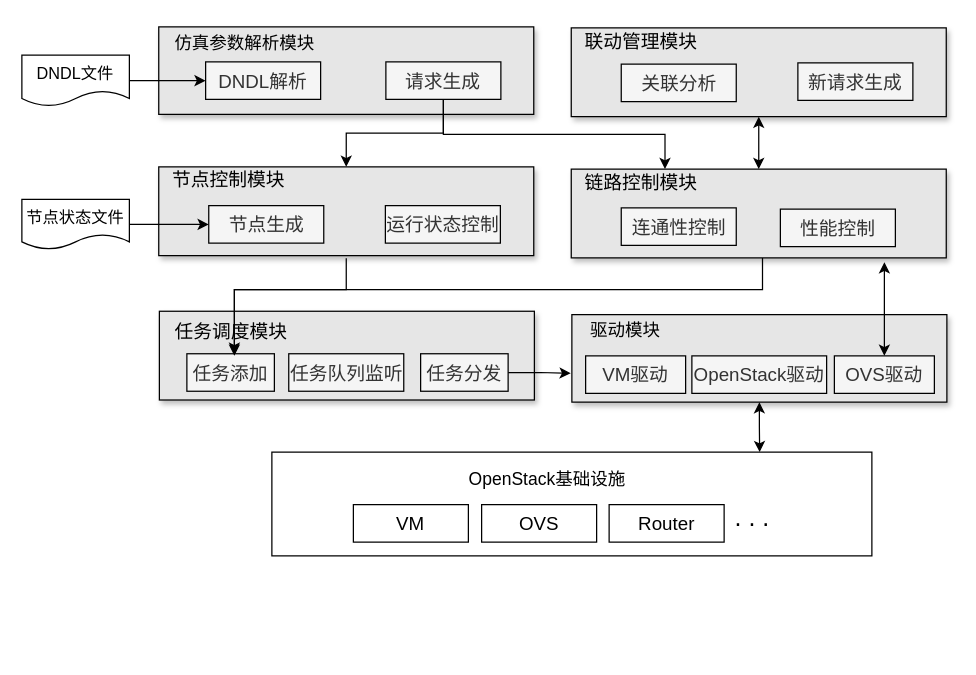
This is page "0712_原型系统架构" (2 of 6) of 网络仿真系统.drawio from Icarus1994/neutron_conf, a draw.io file, before an edit. Source tidied: cells renumbered, new cells numbered last; positions are measured from the earlier drawing's top-left corner, leaving out a move shared by most shapes. Both pictures are drawn from the tidied source at 125%, with x=0, y=0 at pixel (21, 26).
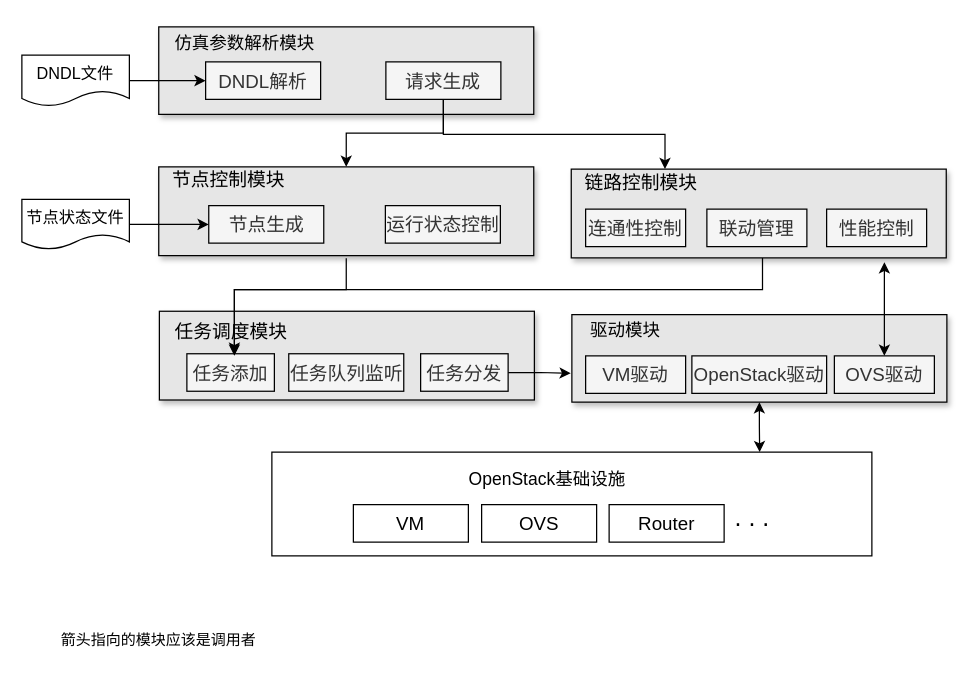
The same diagram, later.

The change refers to these unchanged cells:
```xml
<mxCell id="32" style="rounded=0;whiteSpace=wrap;html=1;fontSize=14;fillColor=#E6E6E6;shadow=1;" parent="1" vertex="1">
  <mxGeometry x="439.5" y="113.8" width="300" height="71" as="geometry" />
</mxCell>
```

The edit, as a diff of the source:
```diff
@@
     <mxCell id="33" value="&lt;span style=&quot;font-size: 15px&quot;&gt;连通性控制&lt;/span&gt;" style="rounded=0;whiteSpace=wrap;html=1;fillColor=#f5f5f5;strokeColor=#000000;fontColor=#333333;" parent="1" vertex="1">
-      <mxGeometry x="479.5" y="144.8" width="92" height="30" as="geometry" />
+      <mxGeometry x="451" y="145.8" width="80" height="30" as="geometry" />
     </mxCell>
@@
     <mxCell id="35" value="&lt;span style=&quot;font-size: 15px&quot;&gt;性能控制&lt;/span&gt;" style="rounded=0;whiteSpace=wrap;html=1;fillColor=#f5f5f5;strokeColor=#000000;fontColor=#333333;" parent="1" vertex="1">
-      <mxGeometry x="606.8" y="145.8" width="92" height="30" as="geometry" />
+      <mxGeometry x="643.8" y="145.8" width="80" height="30" as="geometry" />
     </mxCell>
-    <mxCell id="36" style="rounded=0;whiteSpace=wrap;html=1;fontSize=14;fillColor=#E6E6E6;shadow=1;" parent="1" vertex="1">
-      <mxGeometry x="439.5" y="0.8" width="300" height="71" as="geometry" />
-    </mxCell>
-    <mxCell id="37" value="&lt;font style=&quot;font-size: 15px&quot;&gt;联动管理模块&lt;/font&gt;" style="text;html=1;align=center;verticalAlign=middle;" parent="1" vertex="1">
-      <mxGeometry x="439.5" y="0.8" width="110" height="20" as="geometry" />
-    </mxCell>
-    <mxCell id="38" value="&lt;span style=&quot;font-size: 15px&quot;&gt;新请求生成&lt;/span&gt;" style="rounded=0;whiteSpace=wrap;html=1;fillColor=#f5f5f5;strokeColor=#000000;fontColor=#333333;" parent="1" vertex="1">
-      <mxGeometry x="620.8" y="28.8" width="92" height="30" as="geometry" />
-    </mxCell>
@@
-    <mxCell id="42" style="endArrow=classic;startArrow=classic;html=1;exitX=0.5;exitY=0;exitDx=0;exitDy=0;entryX=0.5;entryY=1;entryDx=0;entryDy=0;" parent="1" edge="1" source="32" target="36">
-      <mxGeometry relative="1" as="geometry" />
-    </mxCell>
-    <mxCell id="43" value="&lt;span style=&quot;font-size: 15px&quot;&gt;关联分析&lt;/span&gt;" style="rounded=0;whiteSpace=wrap;html=1;fillColor=#f5f5f5;strokeColor=#000000;fontColor=#333333;" parent="1" vertex="1">
-      <mxGeometry x="479.5" y="29.8" width="92" height="30" as="geometry" />
-    </mxCell>
@@
+    <mxCell id="46" value="箭头指向的模块应该是调用者&lt;br&gt;" style="text;html=1;align=center;verticalAlign=middle;" parent="1" vertex="1">
+      <mxGeometry x="24" y="481" width="170" height="20" as="geometry" />
+    </mxCell>
+    <mxCell id="47" value="&lt;span style=&quot;font-size: 15px&quot;&gt;联动管理&lt;/span&gt;" style="rounded=0;whiteSpace=wrap;html=1;fillColor=#f5f5f5;strokeColor=#000000;fontColor=#333333;" parent="1" vertex="1">
+      <mxGeometry x="548" y="145.8" width="80" height="30" as="geometry" />
+    </mxCell>
```
